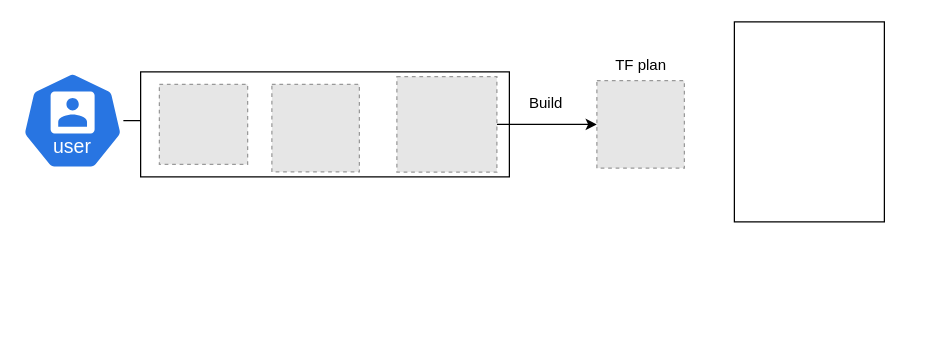
Above: Untitled Diagram.drawio in LogeshS93/AKSLab (draw.io), before the change. Source tidied: cells renumbered, new cells numbered last; positions are measured from the earlier drawing's top-left corner, leaving out a move shared by most shapes. Both pictures are drawn from the tidied source at 125%, with x=0, y=0 at pixel (21, 21). Pictures stored in the file or linked from it are replaced by grey dashed boxes.
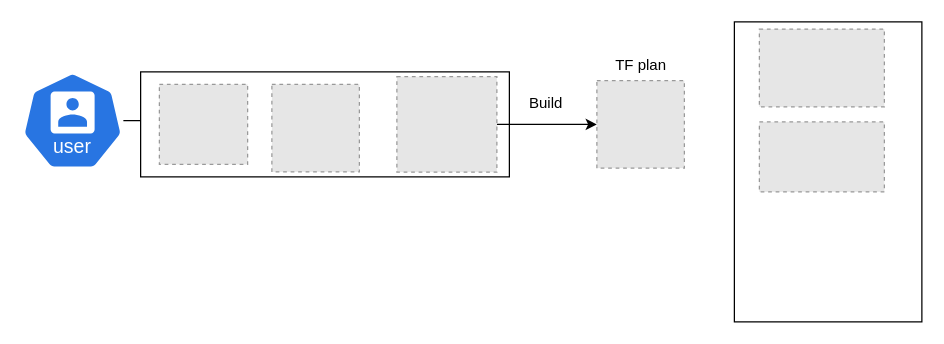
The same diagram, later.

What changed in the source:
```diff
@@
 <mxGraphModel>
   <root>
     <mxCell id="0" />
     <mxCell id="1" parent="0" />
     <mxCell id="2" style="edgeStyle=orthogonalEdgeStyle;rounded=0;jettySize=auto;html=1;" parent="1" edge="1" source="3" target="4">
       <mxGeometry relative="1" as="geometry" />
     </mxCell>
     <mxCell id="3" style="sketch=0;html=1;dashed=0;whitespace=wrap;fillColor=#2875E2;strokeColor=#ffffff;points=[[0.005,0.63,0],[0.1,0.2,0],[0.9,0.2,0],[0.5,0,0],[0.995,0.63,0],[0.72,0.99,0],[0.5,1,0],[0.28,0.99,0]];shape=mxgraph.kubernetes.icon2;kubernetesLabel=1;prIcon=user;" parent="1" vertex="1">
       <mxGeometry y="40" width="81.2" height="78" as="geometry" />
     </mxCell>
     <mxCell id="4" style="whiteSpace=wrap;html=1;sketch=0;dashed=0;" parent="1" vertex="1">
       <mxGeometry x="95" y="40" width="295" height="84" as="geometry" />
     </mxCell>
     <mxCell id="5" style="fillColor=#E6E6E6;strokeColor=#999999;dashed=1;verticalLabelPosition=bottom;labelBackgroundColor=default;verticalAlign=top;" parent="1" vertex="1">
       <mxGeometry x="110" y="50" width="70.6" height="64" as="geometry" />
     </mxCell>
     <mxCell id="6" style="fillColor=#E6E6E6;strokeColor=#999999;dashed=1;verticalLabelPosition=bottom;labelBackgroundColor=default;verticalAlign=top;" parent="1" vertex="1">
       <mxGeometry x="200" y="50" width="70" height="70" as="geometry" />
     </mxCell>
     <mxCell id="7" style="edgeStyle=orthogonalEdgeStyle;rounded=0;jettySize=auto;html=1;exitX=1;exitY=0.5;exitDx=0;exitDy=0;" parent="1" edge="1" source="8" target="9">
       <mxGeometry relative="1" as="geometry" />
     </mxCell>
     <mxCell id="8" style="fillColor=#E6E6E6;strokeColor=#999999;dashed=1;verticalLabelPosition=bottom;labelBackgroundColor=default;verticalAlign=top;" parent="1" vertex="1">
       <mxGeometry x="300" y="43.8" width="80" height="76.4" as="geometry" />
     </mxCell>
     <mxCell id="9" style="fillColor=#E6E6E6;strokeColor=#999999;dashed=1;verticalLabelPosition=bottom;labelBackgroundColor=default;verticalAlign=top;" parent="1" vertex="1">
       <mxGeometry x="460" y="47" width="70" height="70" as="geometry" />
     </mxCell>
     <mxCell id="10" value="TF plan" style="text;html=1;align=center;verticalAlign=middle;strokeColor=none;fillColor=none;" parent="1" vertex="1">
       <mxGeometry x="465" y="20" width="60" height="30" as="geometry" />
     </mxCell>
     <mxCell id="11" value="Build" style="text;html=1;align=center;verticalAlign=middle;strokeColor=none;fillColor=none;" parent="1" vertex="1">
       <mxGeometry x="394" y="50" width="50" height="30" as="geometry" />
     </mxCell>
     <mxCell id="12" style="rounded=0;whiteSpace=wrap;html=1;" parent="1" vertex="1">
-      <mxGeometry x="570" width="120" height="160" as="geometry" />
+      <mxGeometry x="570" width="150" height="240" as="geometry" />
     </mxCell>
+    <mxCell id="13" style="fillColor=#E6E6E6;strokeColor=#999999;dashed=1;verticalLabelPosition=bottom;labelBackgroundColor=default;verticalAlign=top;" parent="1" vertex="1">
+      <mxGeometry x="590" y="80" width="100" height="56" as="geometry" />
+    </mxCell>
+    <mxCell id="14" style="fillColor=#E6E6E6;strokeColor=#999999;dashed=1;verticalLabelPosition=bottom;labelBackgroundColor=default;verticalAlign=top;" parent="1" vertex="1">
+      <mxGeometry x="590" y="5.7" width="100" height="62.3" as="geometry" />
+    </mxCell>
   </root>
 </mxGraphModel>
```
